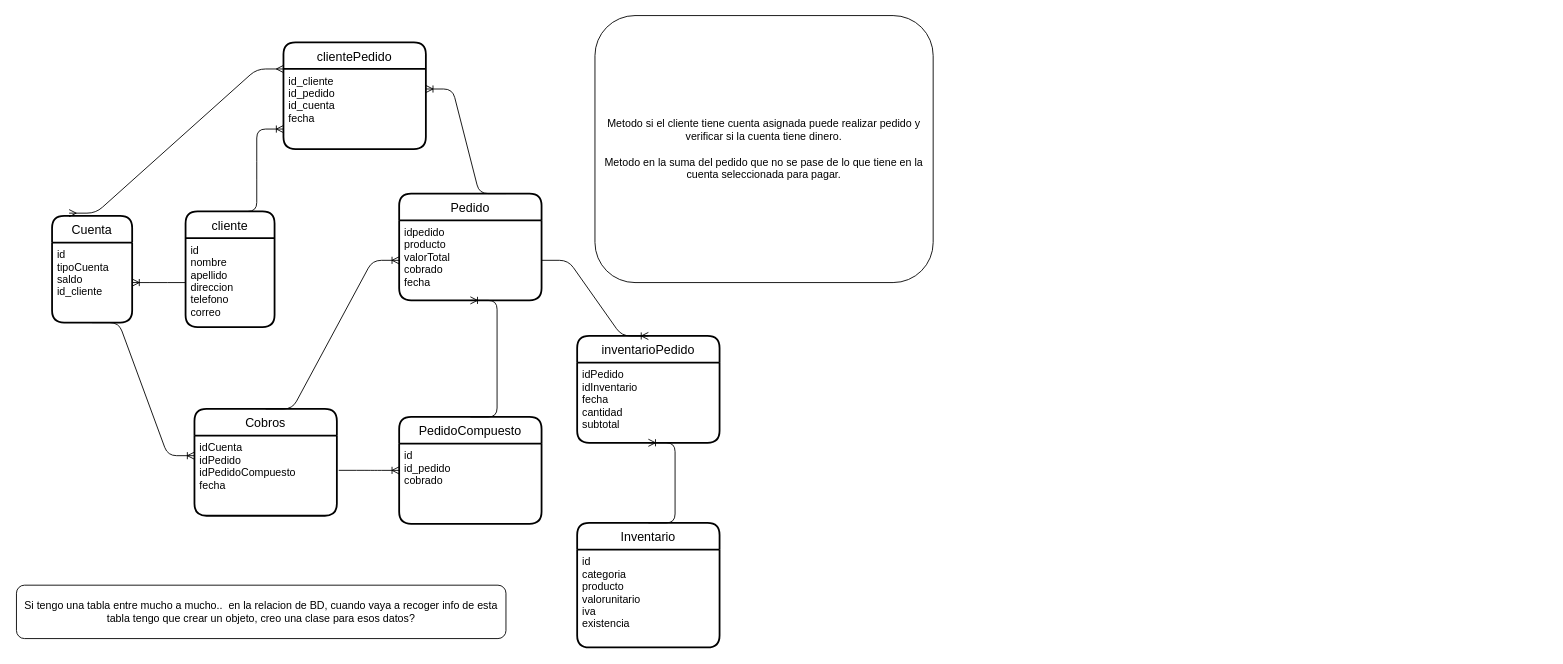
Above: page "Page-3" (3 of 3) of Untitled Diagram.drawio in alejos17/MinTic2022-Ciclo2 (draw.io), before the change. Source tidied: cells renumbered, new cells numbered last; positions are measured from the earlier drawing's top-left corner, leaving out a move shared by most shapes. Both pictures are drawn from the tidied source at 89%, with x=0, y=0 at pixel (16, 15).
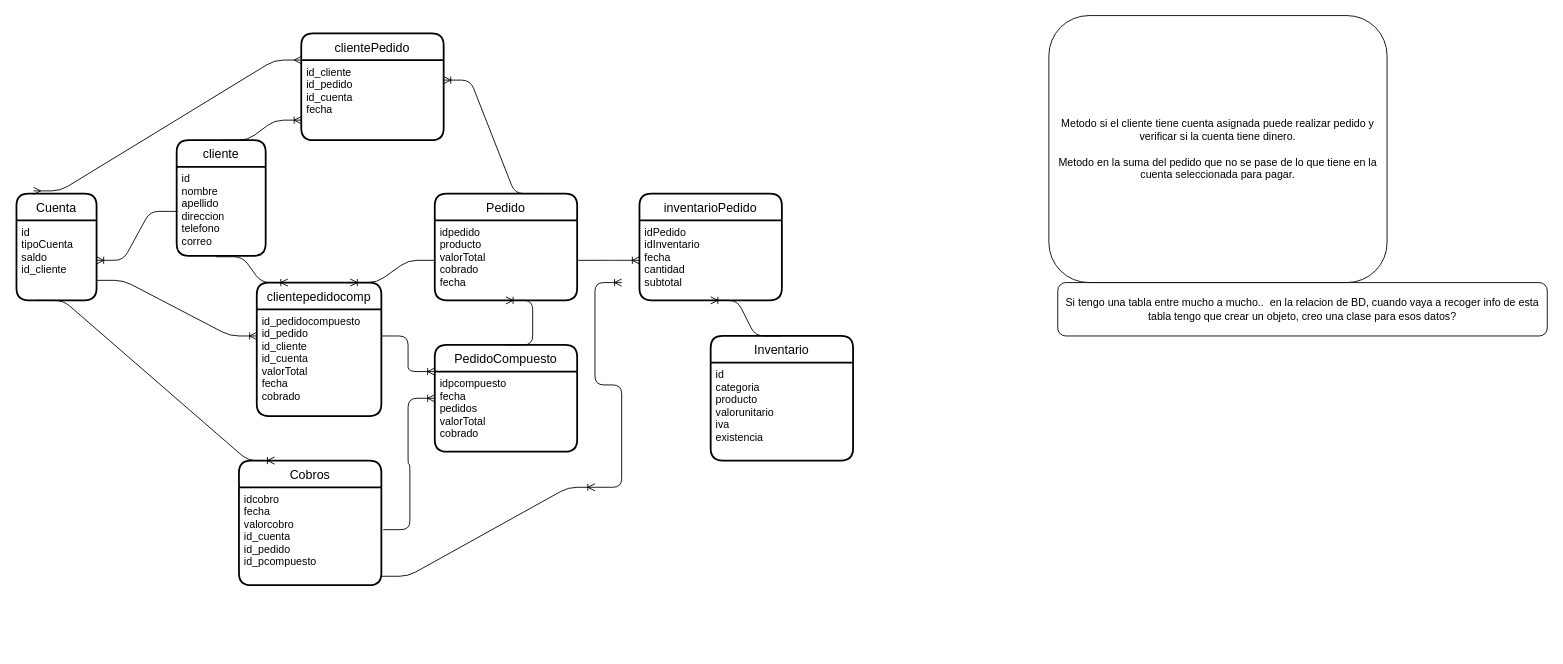
The same diagram, later.

The change refers to these unchanged cells:
```xml
<mxCell id="3" value="id&#10;nombre&#10;apellido&#10;direccion&#10;telefono&#10;correo&#10;" style="align=left;strokeColor=none;fillColor=none;spacingLeft=4;fontSize=12;verticalAlign=top;" parent="2" vertex="1">
  <mxGeometry y="30" width="100" height="100" as="geometry" />
</mxCell>
<mxCell id="5" value="id&#10;tipoCuenta&#10;saldo&#10;id_cliente&#10;" style="align=left;strokeColor=none;fillColor=none;spacingLeft=4;fontSize=12;verticalAlign=top;" parent="4" vertex="1">
  <mxGeometry y="30" width="90" height="90" as="geometry" />
</mxCell>
<mxCell id="7" value="idpedido&#10;producto&#10;valorTotal&#10;cobrado&#10;fecha&#10;" style="align=left;strokeColor=none;fillColor=none;spacingLeft=4;fontSize=12;verticalAlign=top;" parent="6" vertex="1">
  <mxGeometry y="30" width="160" height="90" as="geometry" />
</mxCell>
<mxCell id="15" value="idPedido&#10;idInventario&#10;fecha&#10;cantidad&#10;subtotal&#10;" style="align=left;strokeColor=none;fillColor=none;spacingLeft=4;fontSize=12;verticalAlign=top;" parent="14" vertex="1">
  <mxGeometry y="30" width="160" height="90" as="geometry" />
</mxCell>
```

Diff of the diagram source:
```diff
@@
     <mxCell id="2" value="cliente" style="swimlane;horizontal=1;startSize=30;rounded=1;fontSize=14;fontStyle=0;strokeWidth=2;shadow=0;dashed=0;align=center;" parent="1" vertex="1">
-      <mxGeometry x="190" y="220" width="100" height="130" as="geometry" />
+      <mxGeometry x="180" y="140" width="100" height="130" as="geometry" />
     </mxCell>
@@
     <mxCell id="4" value="Cuenta" style="swimlane;horizontal=1;startSize=30;rounded=1;fontSize=14;fontStyle=0;strokeWidth=2;shadow=0;dashed=0;align=center;" parent="1" vertex="1">
-      <mxGeometry x="40" y="225" width="90" height="120" as="geometry" />
+      <mxGeometry y="200" width="90" height="120" as="geometry" />
     </mxCell>
@@
     <mxCell id="6" value="Pedido" style="swimlane;horizontal=1;startSize=30;rounded=1;fontSize=14;fontStyle=0;strokeWidth=2;shadow=0;dashed=0;align=center;" parent="1" vertex="1">
-      <mxGeometry x="430" y="200" width="160" height="120" as="geometry" />
+      <mxGeometry x="470" y="200" width="160" height="120" as="geometry" />
     </mxCell>
@@
     <mxCell id="8" value="Inventario" style="swimlane;horizontal=1;startSize=30;rounded=1;fontSize=14;fontStyle=0;strokeWidth=2;shadow=0;dashed=0;align=center;" parent="1" vertex="1">
-      <mxGeometry x="630" y="570" width="160" height="140" as="geometry" />
+      <mxGeometry x="780" y="360" width="160" height="140" as="geometry" />
     </mxCell>
@@
     <mxCell id="10" value="clientePedido" style="swimlane;horizontal=1;startSize=30;rounded=1;fontSize=14;fontStyle=0;strokeWidth=2;shadow=0;dashed=0;align=center;" parent="1" vertex="1">
-      <mxGeometry x="300" y="30" width="160" height="120" as="geometry" />
+      <mxGeometry x="320" y="20" width="160" height="120" as="geometry" />
     </mxCell>
@@
     <mxCell id="14" value="inventarioPedido" style="swimlane;horizontal=1;startSize=30;rounded=1;fontSize=14;fontStyle=0;strokeWidth=2;shadow=0;dashed=0;align=center;" parent="1" vertex="1">
-      <mxGeometry x="630" y="360" width="160" height="120" as="geometry" />
+      <mxGeometry x="700" y="200" width="160" height="120" as="geometry" />
     </mxCell>
@@
-    <mxCell id="16" style="edgeStyle=entityRelationEdgeStyle;fontSize=12;html=1;endArrow=ERoneToMany;entryX=0.5;entryY=0;entryDx=0;entryDy=0;exitX=1;exitY=0.5;exitDx=0;exitDy=0;" parent="1" edge="1" source="7" target="14">
+    <mxCell id="16" style="edgeStyle=entityRelationEdgeStyle;fontSize=12;html=1;endArrow=ERoneToMany;entryX=0;entryY=0.5;entryDx=0;entryDy=0;exitX=1;exitY=0.5;exitDx=0;exitDy=0;" parent="1" edge="1" source="7" target="15">
       <mxGeometry relative="1" as="geometry" />
     </mxCell>
@@
     <mxCell id="18" value="Cobros" style="swimlane;horizontal=1;startSize=30;rounded=1;fontSize=14;fontStyle=0;strokeWidth=2;shadow=0;dashed=0;align=center;" parent="1" vertex="1">
-      <mxGeometry x="200" y="442" width="160" height="120" as="geometry" />
+      <mxGeometry x="250" y="500" width="160" height="140" as="geometry" />
     </mxCell>
-    <mxCell id="19" value="idCuenta&#10;idPedido&#10;idPedidoCompuesto&#10;fecha" style="align=left;strokeColor=none;fillColor=none;spacingLeft=4;fontSize=12;verticalAlign=top;" parent="18" vertex="1">
-      <mxGeometry y="30" width="160" height="90" as="geometry" />
+    <mxCell id="19" value="idcobro&#10;fecha&#10;valorcobro&#10;id_cuenta&#10;id_pedido&#10;id_pcompuesto" style="align=left;strokeColor=none;fillColor=none;spacingLeft=4;fontSize=12;verticalAlign=top;" parent="18" vertex="1">
+      <mxGeometry y="30" width="160" height="110" as="geometry" />
     </mxCell>
-    <mxCell id="20" style="edgeStyle=entityRelationEdgeStyle;fontSize=12;html=1;endArrow=ERoneToMany;entryX=0;entryY=0.5;entryDx=0;entryDy=0;exitX=0.5;exitY=0;exitDx=0;exitDy=0;" parent="1" edge="1" source="18" target="7">
-      <mxGeometry relative="1" as="geometry" />
-    </mxCell>
-    <mxCell id="21" style="edgeStyle=entityRelationEdgeStyle;fontSize=12;html=1;endArrow=ERoneToMany;exitX=0.5;exitY=1;exitDx=0;exitDy=0;entryX=0;entryY=0.25;entryDx=0;entryDy=0;" parent="1" edge="1" source="5" target="19">
+    <mxCell id="21" style="edgeStyle=entityRelationEdgeStyle;fontSize=12;html=1;endArrow=ERoneToMany;entryX=0.25;entryY=0;entryDx=0;entryDy=0;exitX=0.25;exitY=1;exitDx=0;exitDy=0;" parent="1" edge="1" source="5" target="18">
       <mxGeometry relative="1" as="geometry" />
     </mxCell>
     <mxCell id="22" value="PedidoCompuesto" style="swimlane;horizontal=1;startSize=30;rounded=1;fontSize=14;fontStyle=0;strokeWidth=2;shadow=0;dashed=0;align=center;" parent="1" vertex="1">
-      <mxGeometry x="430" y="451" width="160" height="120" as="geometry" />
+      <mxGeometry x="470" y="370" width="160" height="120" as="geometry" />
     </mxCell>
-    <mxCell id="23" value="id&#10;id_pedido&#10;cobrado&#10;" style="align=left;strokeColor=none;fillColor=none;spacingLeft=4;fontSize=12;verticalAlign=top;" parent="22" vertex="1">
+    <mxCell id="23" value="idpcompuesto&#10;fecha&#10;pedidos&#10;valorTotal&#10;cobrado&#10;" style="align=left;strokeColor=none;fillColor=none;spacingLeft=4;fontSize=12;verticalAlign=top;" parent="22" vertex="1">
       <mxGeometry y="30" width="160" height="90" as="geometry" />
     </mxCell>
@@
     <mxCell id="26" value="Si tengo una tabla entre mucho a mucho..&amp;nbsp; en la relacion de BD, cuando vaya a recoger info de esta tabla tengo que crear un objeto, creo una clase para esos datos?" style="rounded=1;whiteSpace=wrap;html=1;" parent="1" vertex="1">
-      <mxGeometry y="640" width="550" height="60" as="geometry" />
+      <mxGeometry x="1170" y="300" width="550" height="60" as="geometry" />
     </mxCell>
     <mxCell id="27" value="&lt;div&gt;Metodo si el cliente tiene cuenta asignada puede realizar pedido y verificar si la cuenta tiene dinero.&lt;/div&gt;&lt;div&gt;&lt;br&gt;&lt;/div&gt;&lt;div&gt;Metodo en la suma del pedido que no se pase de lo que tiene en la cuenta seleccionada para pagar.&lt;br&gt;&lt;/div&gt;" style="rounded=1;whiteSpace=wrap;html=1;" parent="1" vertex="1">
-      <mxGeometry x="650" width="380" height="300" as="geometry" />
+      <mxGeometry x="1160" width="380" height="300" as="geometry" />
     </mxCell>
@@
+    <mxCell id="30" value="clientepedidocomp" style="swimlane;horizontal=1;startSize=30;rounded=1;fontSize=14;fontStyle=0;strokeWidth=2;shadow=0;dashed=0;align=center;" parent="1" vertex="1">
+      <mxGeometry x="270" y="300" width="140" height="150" as="geometry" />
+    </mxCell>
+    <mxCell id="31" value="id_pedidocompuesto&#10;id_pedido&#10;id_cliente&#10;id_cuenta&#10;valorTotal&#10;fecha&#10;cobrado&#10;" style="align=left;strokeColor=none;fillColor=none;spacingLeft=4;fontSize=12;verticalAlign=top;" parent="30" vertex="1">
+      <mxGeometry y="30" width="140" height="120" as="geometry" />
+    </mxCell>
+    <mxCell id="32" style="edgeStyle=entityRelationEdgeStyle;fontSize=12;html=1;endArrow=ERoneToMany;entryX=0.75;entryY=0;entryDx=0;entryDy=0;exitX=0;exitY=0.5;exitDx=0;exitDy=0;" parent="1" edge="1" source="7" target="30">
+      <mxGeometry relative="1" as="geometry" />
+    </mxCell>
+    <mxCell id="33" style="edgeStyle=entityRelationEdgeStyle;fontSize=12;html=1;endArrow=ERoneToMany;entryX=0;entryY=0.25;entryDx=0;entryDy=0;exitX=1;exitY=0.75;exitDx=0;exitDy=0;" parent="1" edge="1" source="5" target="31">
+      <mxGeometry relative="1" as="geometry" />
+    </mxCell>
+    <mxCell id="34" style="edgeStyle=entityRelationEdgeStyle;fontSize=12;html=1;endArrow=ERoneToMany;entryX=0;entryY=0;entryDx=0;entryDy=0;exitX=1;exitY=0.25;exitDx=0;exitDy=0;" parent="1" edge="1" source="31" target="23">
+      <mxGeometry relative="1" as="geometry" />
+    </mxCell>
+    <mxCell id="35" style="edgeStyle=entityRelationEdgeStyle;fontSize=12;html=1;endArrow=ERoneToMany;entryX=0.25;entryY=0;entryDx=0;entryDy=0;exitX=0.44;exitY=1.01;exitDx=0;exitDy=0;exitPerimeter=0;" parent="1" edge="1" source="3" target="30">
+      <mxGeometry relative="1" as="geometry" />
+    </mxCell>
+    <mxCell id="36" style="edgeStyle=entityRelationEdgeStyle;fontSize=12;html=1;endArrow=ERoneToMany;" parent="1" edge="1">
+      <mxGeometry relative="1" as="geometry">
+        <mxPoint x="410" y="630" as="sourcePoint" />
+        <mxPoint x="650" y="530" as="targetPoint" />
+      </mxGeometry>
+    </mxCell>
+    <mxCell id="37" style="edgeStyle=entityRelationEdgeStyle;fontSize=12;html=1;endArrow=ERoneToMany;" parent="1" edge="1">
+      <mxGeometry relative="1" as="geometry">
+        <mxPoint x="650" y="530" as="sourcePoint" />
+        <mxPoint x="680" y="300" as="targetPoint" />
+      </mxGeometry>
+    </mxCell>
```
